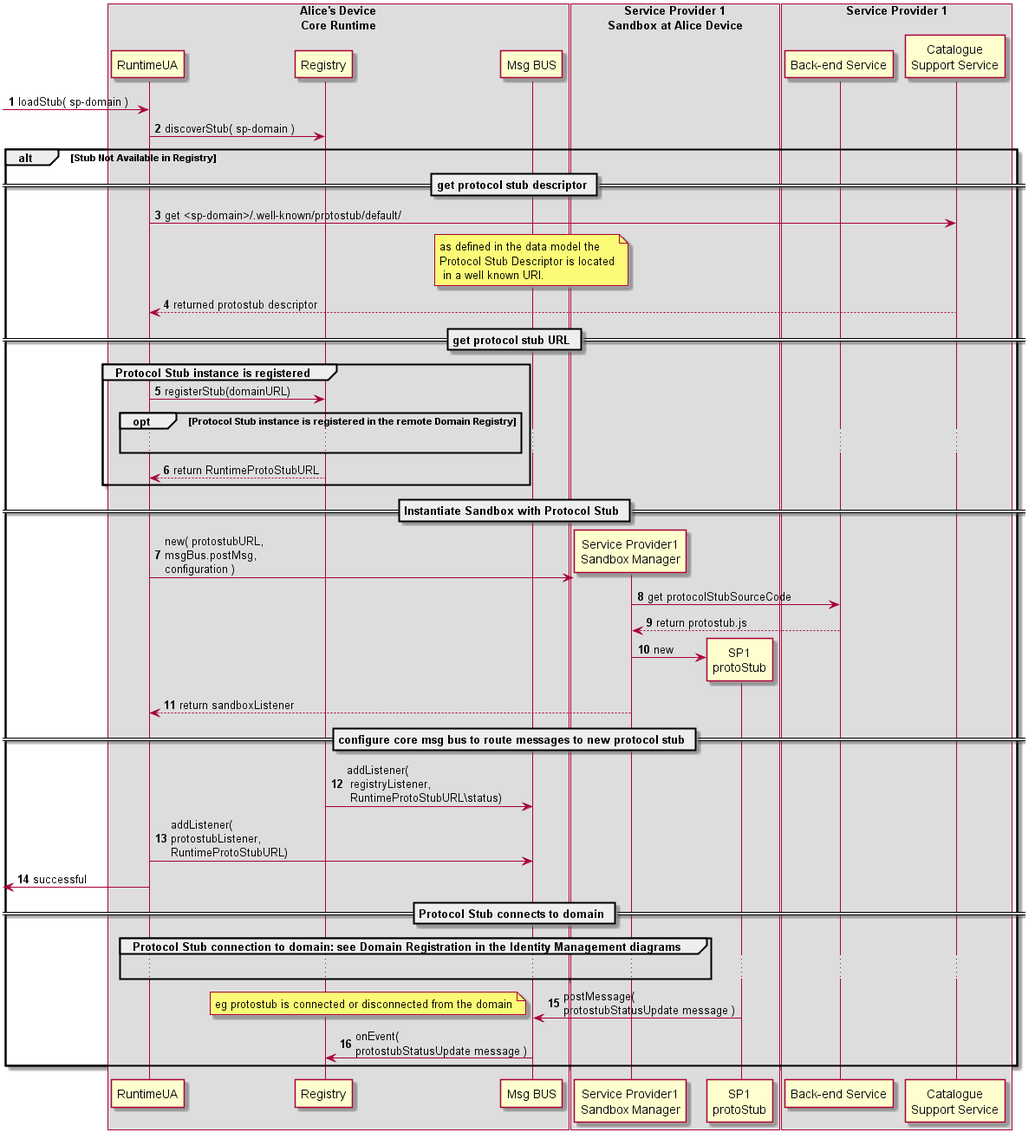
This is docs/specs/runtime/dynamic-view/basics/deploy-protostub.png from reTHINK-project/core-framework, a PlantUML export, as it was before one commit. Its source is kept beside it as docs/specs/runtime/dynamic-view/basics/deploy-protostub.plantuml.
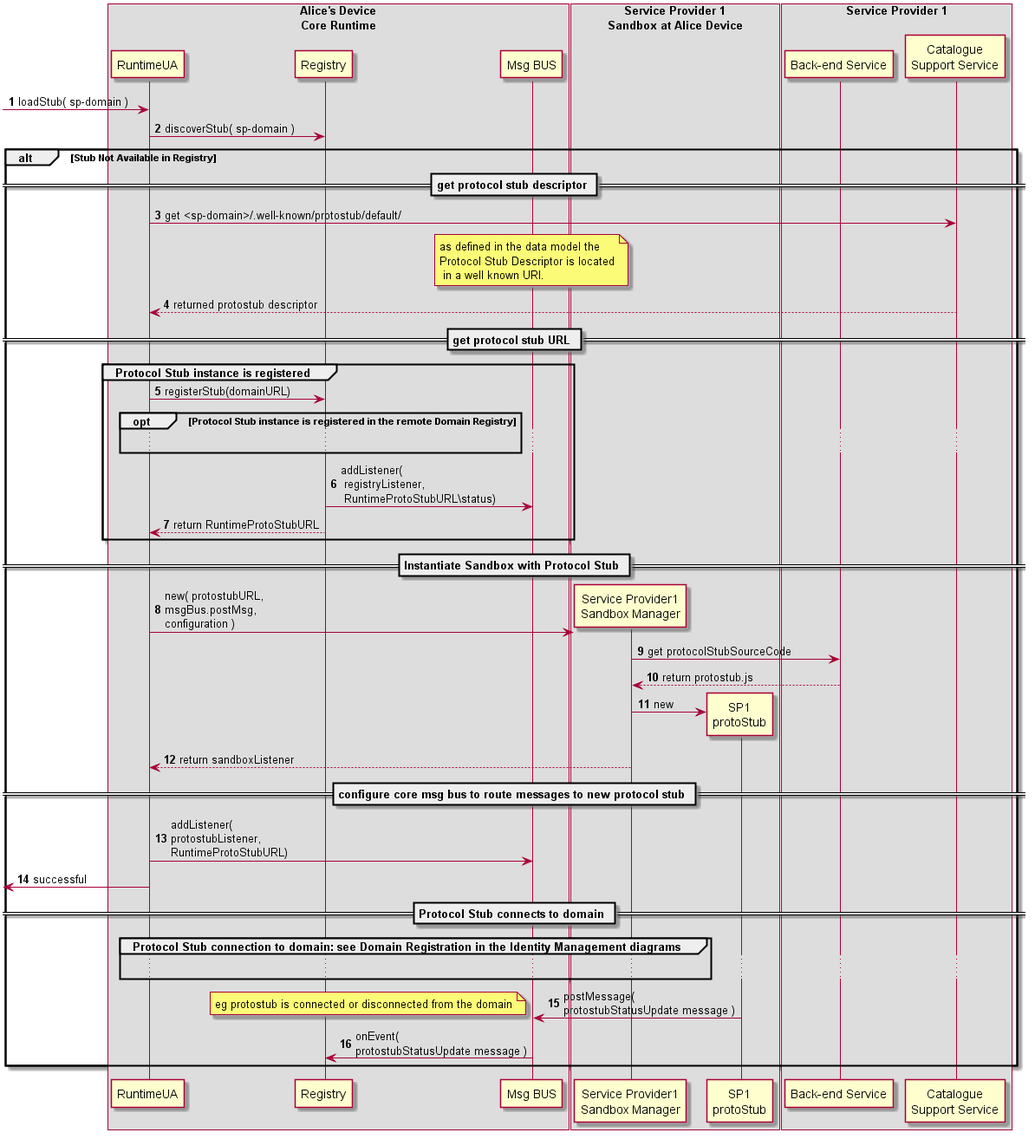
The same file after the commit.

Commit message:
protostb deploy update

Change to the diagram source:
```diff
@@ -46,6 +46,8 @@
 		...
 		end
 
+		RunReg@A -> BUS@A : addListener(\n registryListener,\n RuntimeProtoStubURL\status)
+
 		RunUA@A <-- RunReg@A : return RuntimeProtoStubURL
 	end
 
@@ -65,7 +67,6 @@
 
 == configure core msg bus to route messages to new protocol stub ==
 
-	RunReg@A -> BUS@A : addListener(\n registryListener,\n RuntimeProtoStubURL\status)
 
 	BUS@A <- RunUA@A : addListener( \nprotostubListener, \nRuntimeProtoStubURL)
 
```
